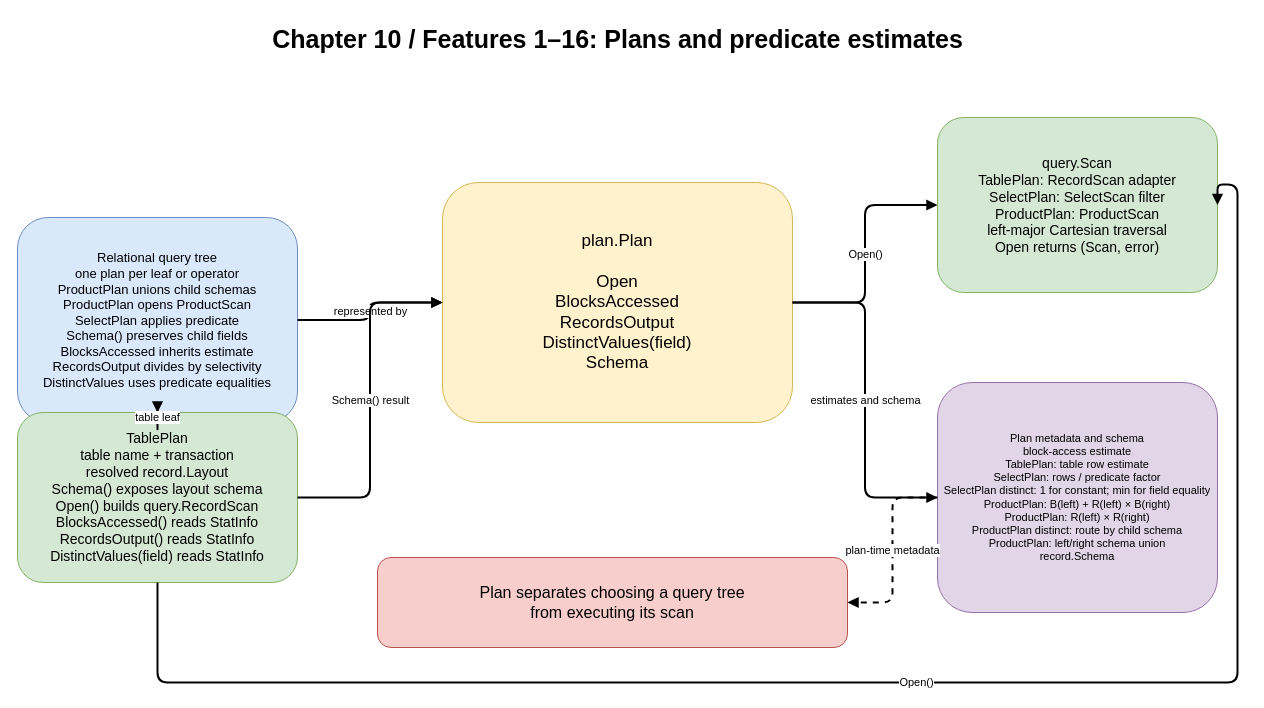
Before: docs/diagrams/ch10-plan-contract.drawio in Rwatana/simledb_in_go, a draw.io diagram. Source tidied: cells renumbered, new cells numbered last; positions are measured from the earlier drawing's top-left corner, leaving out a move shared by most shapes. Both pictures are drawn from the tidied source at 100%, with x=0, y=0 at pixel (17, 17).
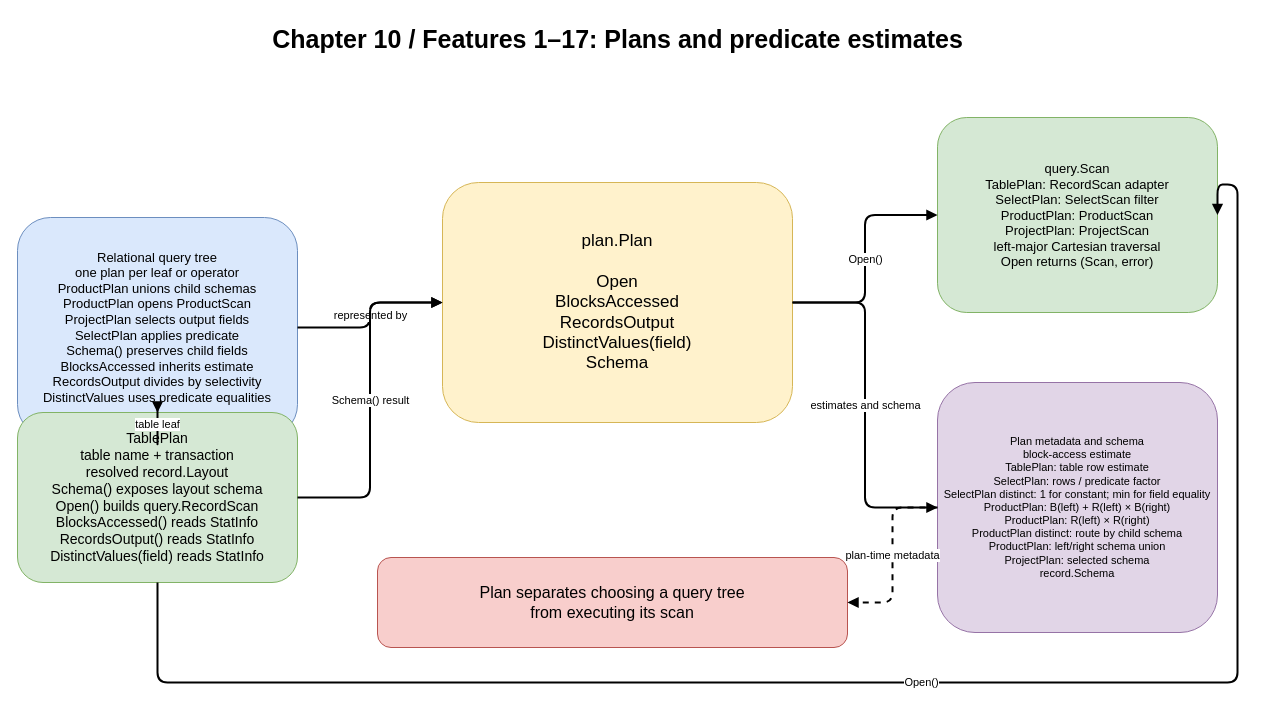
After the change.

Commit message (it also covers changes not shown here):
feat: build projected plan schema

The edit, as a diff of the source:
```diff
@@
 <mxGraphModel>
   <root>
     <mxCell id="0" />
     <mxCell id="1" parent="0" />
-    <mxCell id="2" value="Chapter 10 / Features 1–16: Plans and predicate estimates" style="text;html=1;align=center;fontSize=25;fontStyle=1;" parent="1" vertex="1">
+    <mxCell id="2" value="Chapter 10 / Features 1–17: Plans and predicate estimates" style="text;html=1;align=center;fontSize=25;fontStyle=1;" parent="1" vertex="1">
       <mxGeometry x="100" width="1000" height="55" as="geometry" />
     </mxCell>
-    <mxCell id="3" value="Relational query tree&#10;one plan per leaf or operator&#10;ProductPlan unions child schemas&#10;ProductPlan opens ProductScan&#10;SelectPlan applies predicate&#10;Schema() preserves child fields&#10;BlocksAccessed inherits estimate&#10;RecordsOutput divides by selectivity&#10;DistinctValues uses predicate equalities" style="rounded=1;whiteSpace=wrap;html=1;fillColor=#dae8fc;strokeColor=#6c8ebf;fontSize=13;" parent="1" vertex="1">
-      <mxGeometry y="200" width="280" height="205" as="geometry" />
+    <mxCell id="3" value="Relational query tree&#10;one plan per leaf or operator&#10;ProductPlan unions child schemas&#10;ProductPlan opens ProductScan&#10;ProjectPlan selects output fields&#10;SelectPlan applies predicate&#10;Schema() preserves child fields&#10;BlocksAccessed inherits estimate&#10;RecordsOutput divides by selectivity&#10;DistinctValues uses predicate equalities" style="rounded=1;whiteSpace=wrap;html=1;fillColor=#dae8fc;strokeColor=#6c8ebf;fontSize=13;" parent="1" vertex="1">
+      <mxGeometry y="200" width="280" height="220" as="geometry" />
     </mxCell>
     <mxCell id="4" value="TablePlan&#10;table name + transaction&#10;resolved record.Layout&#10;Schema() exposes layout schema&#10;Open() builds query.RecordScan&#10;BlocksAccessed() reads StatInfo&#10;RecordsOutput() reads StatInfo&#10;DistinctValues(field) reads StatInfo" style="rounded=1;whiteSpace=wrap;html=1;fillColor=#d5e8d4;strokeColor=#82b366;fontSize=14;" parent="1" vertex="1">
       <mxGeometry y="395" width="280" height="170" as="geometry" />
     </mxCell>
     <mxCell id="5" value="plan.Plan&#10;&#10;Open&#10;BlocksAccessed&#10;RecordsOutput&#10;DistinctValues(field)&#10;Schema" style="rounded=1;whiteSpace=wrap;html=1;fillColor=#fff2cc;strokeColor=#d6b656;fontSize=17;" parent="1" vertex="1">
       <mxGeometry x="425" y="165" width="350" height="240" as="geometry" />
     </mxCell>
-    <mxCell id="6" value="query.Scan&#10;TablePlan: RecordScan adapter&#10;SelectPlan: SelectScan filter&#10;ProductPlan: ProductScan&#10;left-major Cartesian traversal&#10;Open returns (Scan, error)" style="rounded=1;whiteSpace=wrap;html=1;fillColor=#d5e8d4;strokeColor=#82b366;fontSize=14;" parent="1" vertex="1">
-      <mxGeometry x="920" y="100" width="280" height="175" as="geometry" />
+    <mxCell id="6" value="query.Scan&#10;TablePlan: RecordScan adapter&#10;SelectPlan: SelectScan filter&#10;ProductPlan: ProductScan&#10;ProjectPlan: ProjectScan&#10;left-major Cartesian traversal&#10;Open returns (Scan, error)" style="rounded=1;whiteSpace=wrap;html=1;fillColor=#d5e8d4;strokeColor=#82b366;fontSize=13;" parent="1" vertex="1">
+      <mxGeometry x="920" y="100" width="280" height="195" as="geometry" />
     </mxCell>
-    <mxCell id="7" value="Plan metadata and schema&#10;block-access estimate&#10;TablePlan: table row estimate&#10;SelectPlan: rows / predicate factor&#10;SelectPlan distinct: 1 for constant; min for field equality&#10;ProductPlan: B(left) + R(left) × B(right)&#10;ProductPlan: R(left) × R(right)&#10;ProductPlan distinct: route by child schema&#10;ProductPlan: left/right schema union&#10;record.Schema" style="rounded=1;whiteSpace=wrap;html=1;fillColor=#e1d5e7;strokeColor=#9673a6;fontSize=11;" parent="1" vertex="1">
-      <mxGeometry x="920" y="365" width="280" height="230" as="geometry" />
+    <mxCell id="7" value="Plan metadata and schema&#10;block-access estimate&#10;TablePlan: table row estimate&#10;SelectPlan: rows / predicate factor&#10;SelectPlan distinct: 1 for constant; min for field equality&#10;ProductPlan: B(left) + R(left) × B(right)&#10;ProductPlan: R(left) × R(right)&#10;ProductPlan distinct: route by child schema&#10;ProductPlan: left/right schema union&#10;ProjectPlan: selected schema&#10;record.Schema" style="rounded=1;whiteSpace=wrap;html=1;fillColor=#e1d5e7;strokeColor=#9673a6;fontSize=11;" parent="1" vertex="1">
+      <mxGeometry x="920" y="365" width="280" height="250" as="geometry" />
     </mxCell>
     <mxCell id="8" value="Plan separates choosing a query tree&#10;from executing its scan" style="rounded=1;whiteSpace=wrap;html=1;fillColor=#f8cecc;strokeColor=#b85450;fontSize=16;" parent="1" vertex="1">
       <mxGeometry x="360" y="540" width="470" height="90" as="geometry" />
     </mxCell>
     <mxCell id="9" value="represented by" style="edgeStyle=orthogonalEdgeStyle;html=1;endArrow=block;strokeWidth=2;" parent="1" edge="1" source="3" target="5">
       <mxGeometry relative="1" as="geometry" />
     </mxCell>
     <mxCell id="10" value="table leaf" style="edgeStyle=orthogonalEdgeStyle;html=1;endArrow=block;strokeWidth=2;" parent="1" edge="1" source="3" target="4">
       <mxGeometry relative="1" as="geometry" />
     </mxCell>
     <mxCell id="11" value="Schema() result" style="edgeStyle=orthogonalEdgeStyle;html=1;endArrow=block;strokeWidth=2;" parent="1" edge="1" source="4" target="5">
       <mxGeometry relative="1" as="geometry" />
     </mxCell>
     <mxCell id="12" value="Open()" style="edgeStyle=orthogonalEdgeStyle;html=1;endArrow=block;strokeWidth=2;exitX=0.5;exitY=1;exitDx=0;exitDy=0;entryX=1;entryY=0.5;entryDx=0;entryDy=0;" parent="1" edge="1" source="4" target="6">
       <mxGeometry relative="1" as="geometry">
         <Array as="points">
           <mxPoint x="140" y="665" />
           <mxPoint x="1220" y="665" />
           <mxPoint x="1220" y="167" />
         </Array>
       </mxGeometry>
     </mxCell>
     <mxCell id="13" value="Open()" style="edgeStyle=orthogonalEdgeStyle;html=1;endArrow=block;strokeWidth=2;" parent="1" edge="1" source="5" target="6">
       <mxGeometry relative="1" as="geometry" />
     </mxCell>
     <mxCell id="14" value="estimates and schema" style="edgeStyle=orthogonalEdgeStyle;html=1;endArrow=block;strokeWidth=2;" parent="1" edge="1" source="5" target="7">
       <mxGeometry relative="1" as="geometry" />
     </mxCell>
     <mxCell id="15" value="plan-time metadata" style="edgeStyle=orthogonalEdgeStyle;html=1;endArrow=block;strokeWidth=2;dashed=1;" parent="1" edge="1" source="7" target="8">
       <mxGeometry relative="1" as="geometry" />
     </mxCell>
   </root>
 </mxGraphModel>
```
